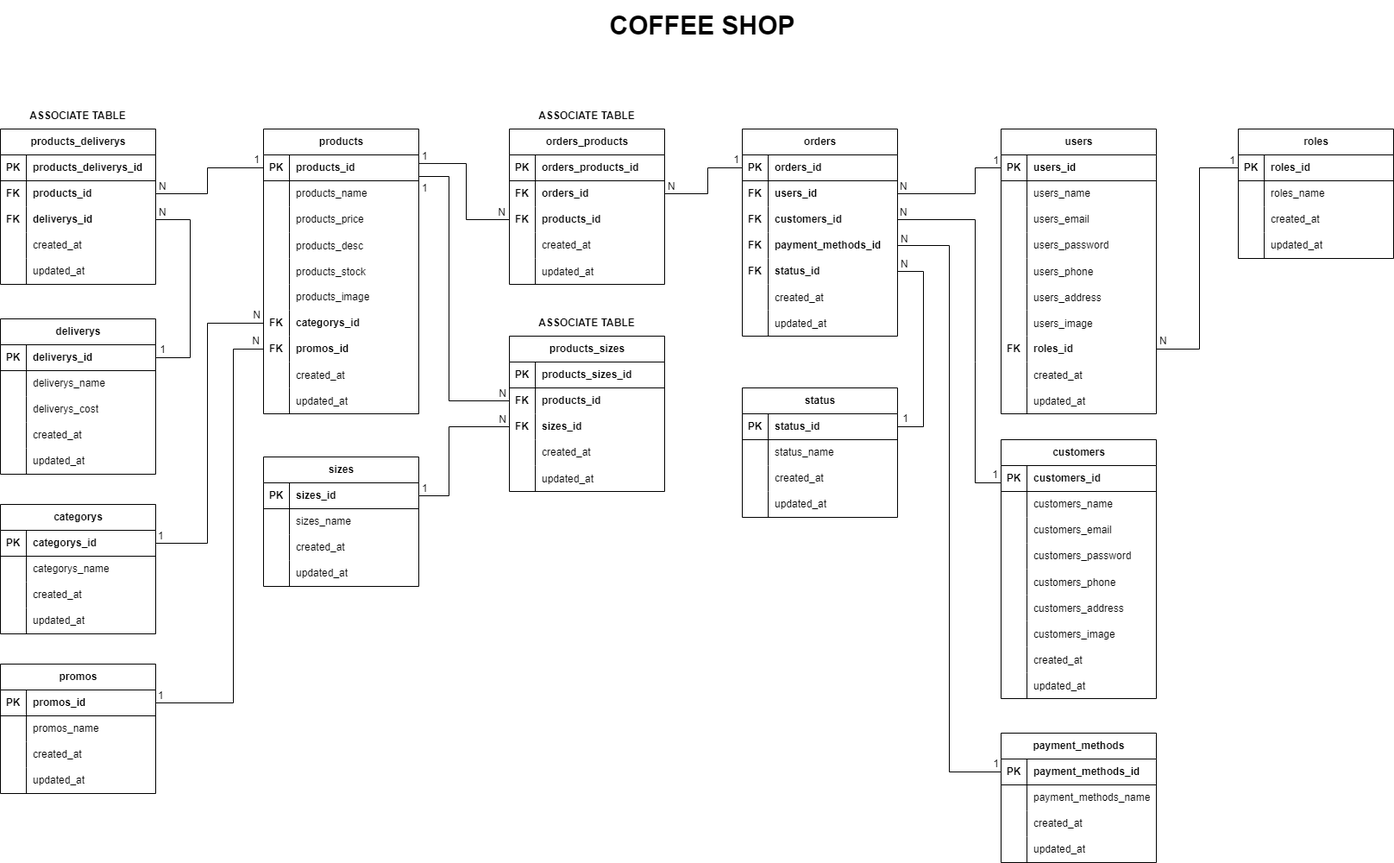
Before: tugas/postgresql/coffee-shop.drawio.png, a diagram exported from draw.io (ridwanbahtiar15/basic-cs-js-fwg16). Source tidied: cells renumbered, new cells last; positions are measured from the earlier drawing's top-left corner, leaving out a move shared by most shapes.
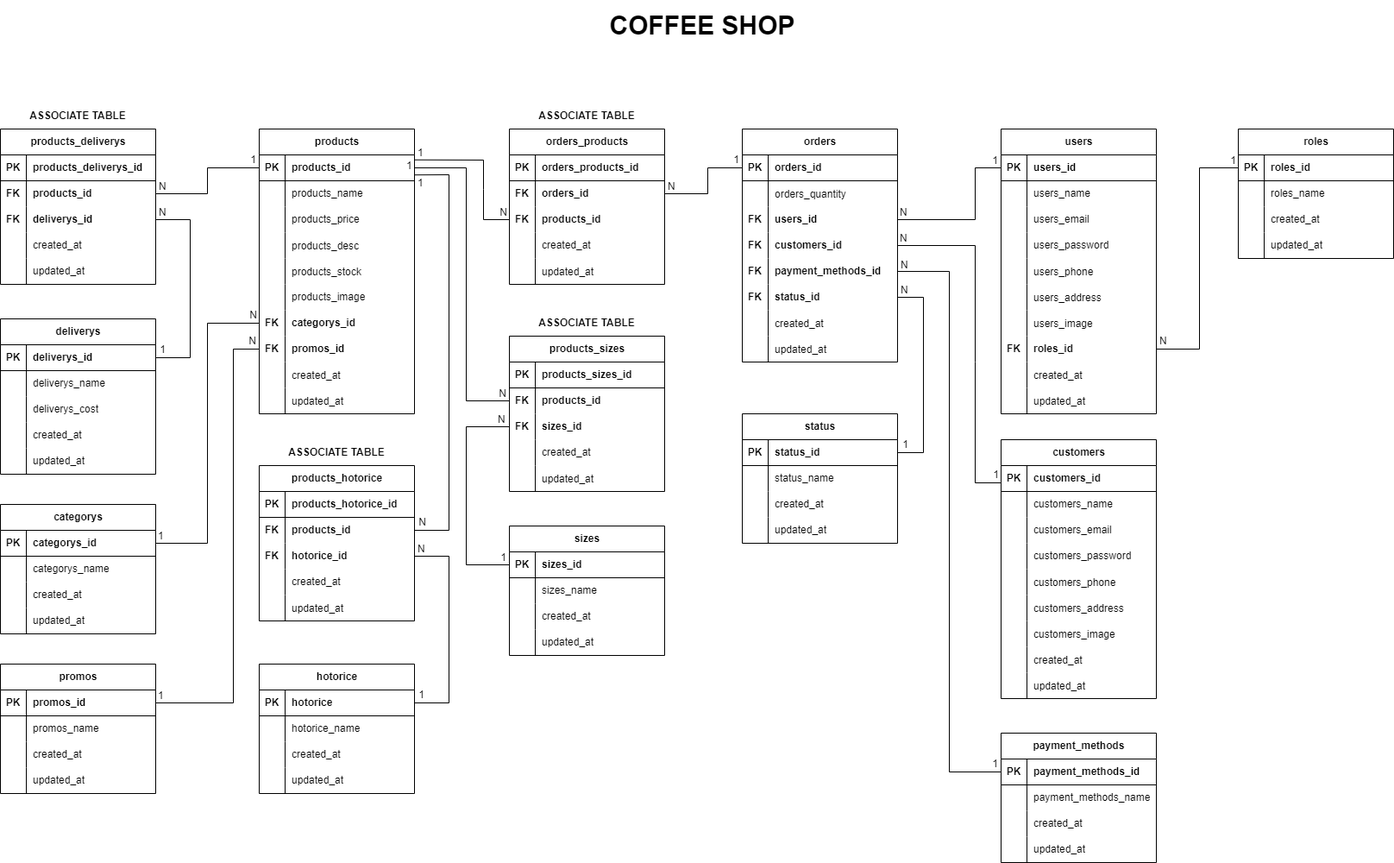
The same file after the commit.

Diff of the diagram source:
```diff
@@ -86,3 +86,3 @@
     <mxCell id="29" value="products" style="shape=table;startSize=30;rowLines=0;fontStyle=1;align=center;html=1;" parent="1" vertex="1">
-      <mxGeometry x="305" y="149" width="180" height="330" as="geometry" />
+      <mxGeometry x="300" y="149" width="180" height="330" as="geometry" />
     </mxCell>
@@ -215,3 +215,3 @@
     <mxCell id="66" value="orders" style="shape=table;startSize=30;rowLines=0;fontStyle=1;align=center;html=1;" parent="1" vertex="1">
-      <mxGeometry x="860" y="149" width="180" height="240" as="geometry" />
+      <mxGeometry x="860" y="149" width="180" height="270" as="geometry" />
     </mxCell>
@@ -226,4 +226,13 @@
     </mxCell>
+    <mxCell id="299" style="shape=tableRow;horizontal=0;startSize=0;swimlaneHead=0;swimlaneBody=0;fillColor=none;top=0;left=0;right=0;bottom=0;" parent="66" vertex="1">
+      <mxGeometry y="60" width="180" height="30" as="geometry" />
+    </mxCell>
+    <mxCell id="300" style="shape=partialRectangle;fillColor=none;top=0;left=0;bottom=0;right=0;overflow=hidden;" parent="299" vertex="1">
+      <mxGeometry width="30" height="30" as="geometry" />
+    </mxCell>
+    <mxCell id="301" value="orders_quantity" style="shape=partialRectangle;fillColor=none;top=0;left=0;bottom=0;right=0;align=left;spacingLeft=6;overflow=hidden;" parent="299" vertex="1">
+      <mxGeometry x="30" width="150" height="30" as="geometry" />
+    </mxCell>
     <mxCell id="70" style="shape=tableRow;horizontal=0;startSize=0;swimlaneHead=0;swimlaneBody=0;fillColor=none;points=[[0,0.5],[1,0.5]];portConstraint=eastwest;top=0;left=0;right=0;bottom=0;" parent="66" vertex="1">
-      <mxGeometry y="60" width="180" height="30" as="geometry" />
+      <mxGeometry y="90" width="180" height="30" as="geometry" />
     </mxCell>
@@ -236,3 +245,3 @@
     <mxCell id="73" style="shape=tableRow;horizontal=0;startSize=0;swimlaneHead=0;swimlaneBody=0;fillColor=none;points=[[0,0.5],[1,0.5]];portConstraint=eastwest;top=0;left=0;right=0;bottom=0;" parent="66" vertex="1">
-      <mxGeometry y="90" width="180" height="30" as="geometry" />
+      <mxGeometry y="120" width="180" height="30" as="geometry" />
     </mxCell>
@@ -245,3 +254,3 @@
     <mxCell id="76" style="shape=tableRow;horizontal=0;startSize=0;swimlaneHead=0;swimlaneBody=0;fillColor=none;points=[[0,0.5],[1,0.5]];portConstraint=eastwest;top=0;left=0;right=0;bottom=0;" parent="66" vertex="1">
-      <mxGeometry y="120" width="180" height="30" as="geometry" />
+      <mxGeometry y="150" width="180" height="30" as="geometry" />
     </mxCell>
@@ -254,3 +263,3 @@
     <mxCell id="79" style="shape=tableRow;horizontal=0;startSize=0;swimlaneHead=0;swimlaneBody=0;fillColor=none;points=[[0,0.5],[1,0.5]];portConstraint=eastwest;top=0;left=0;right=0;bottom=0;" parent="66" vertex="1">
-      <mxGeometry y="150" width="180" height="30" as="geometry" />
+      <mxGeometry y="180" width="180" height="30" as="geometry" />
     </mxCell>
@@ -263,3 +272,3 @@
     <mxCell id="82" style="shape=tableRow;horizontal=0;startSize=0;swimlaneHead=0;swimlaneBody=0;fillColor=none;top=0;left=0;right=0;bottom=0;" parent="66" vertex="1">
-      <mxGeometry y="180" width="180" height="30" as="geometry" />
+      <mxGeometry y="210" width="180" height="30" as="geometry" />
     </mxCell>
@@ -272,3 +281,3 @@
     <mxCell id="85" style="shape=tableRow;horizontal=0;startSize=0;swimlaneHead=0;swimlaneBody=0;fillColor=none;top=0;left=0;right=0;bottom=0;" parent="66" vertex="1">
-      <mxGeometry y="210" width="180" height="30" as="geometry" />
+      <mxGeometry y="240" width="180" height="30" as="geometry" />
     </mxCell>
@@ -328,7 +337,8 @@
     </mxCell>
-    <mxCell id="104" style="endArrow=none;html=1;rounded=0;entryX=0;entryY=0.5;entryDx=0;entryDy=0;exitX=1.002;exitY=0.331;exitDx=0;exitDy=0;exitPerimeter=0;" parent="1" edge="1" source="30" target="95">
+    <mxCell id="104" style="endArrow=none;html=1;rounded=0;entryX=0;entryY=0.5;entryDx=0;entryDy=0;exitX=1;exitY=0.191;exitDx=0;exitDy=0;exitPerimeter=0;" parent="1" edge="1" source="30" target="95">
       <mxGeometry relative="1" as="geometry">
         <Array as="points">
-          <mxPoint x="540" y="189" />
-          <mxPoint x="540" y="254" />
+          <mxPoint x="560" y="185" />
+          <mxPoint x="560" y="219" />
+          <mxPoint x="560" y="254" />
         </Array>
@@ -673,3 +683,3 @@
         <Array as="points">
-          <mxPoint x="1130" y="224" />
+          <mxPoint x="1130" y="254" />
           <mxPoint x="1130" y="194" />
@@ -692,3 +702,3 @@
         <Array as="points">
-          <mxPoint x="1130" y="254" />
+          <mxPoint x="1130" y="284" />
           <mxPoint x="1130" y="419" />
@@ -711,3 +721,3 @@
         <Array as="points">
-          <mxPoint x="1100" y="284" />
+          <mxPoint x="1100" y="314" />
           <mxPoint x="1100" y="894" />
@@ -745,3 +755,3 @@
     <mxCell id="224" value="status" style="shape=table;startSize=30;rowLines=0;fontStyle=1;align=center;html=1;" parent="1" vertex="1">
-      <mxGeometry x="860" y="449" width="180" height="150" as="geometry" />
+      <mxGeometry x="860" y="479" width="180" height="150" as="geometry" />
     </mxCell>
@@ -786,4 +796,4 @@
         <Array as="points">
-          <mxPoint x="1070" y="314" />
-          <mxPoint x="1070" y="494" />
+          <mxPoint x="1070" y="344" />
+          <mxPoint x="1070" y="524" />
         </Array>
@@ -889,3 +899,3 @@
     <mxCell id="263" value="sizes" style="shape=table;startSize=30;rowLines=0;fontStyle=1;align=center;html=1;" parent="1" vertex="1">
-      <mxGeometry x="305" y="529" width="180" height="150" as="geometry" />
+      <mxGeometry x="590" y="609" width="180" height="150" as="geometry" />
     </mxCell>
@@ -975,20 +985,2 @@
     </mxCell>
-    <mxCell id="292" style="endArrow=none;html=1;rounded=0;entryX=0;entryY=0.5;entryDx=0;entryDy=0;exitX=1;exitY=0.5;exitDx=0;exitDy=0;" parent="1" edge="1" source="264" target="283">
-      <mxGeometry relative="1" as="geometry">
-        <Array as="points">
-          <mxPoint x="520" y="574" />
-          <mxPoint x="520" y="494" />
-        </Array>
-      </mxGeometry>
-    </mxCell>
-    <mxCell id="293" value="1" style="html=1;whiteSpace=wrap;align=left;verticalAlign=bottom;" parent="292" vertex="1">
-      <mxGeometry x="-1" relative="1" as="geometry">
-        <mxPoint x="2" y="-1" as="offset" />
-      </mxGeometry>
-    </mxCell>
-    <mxCell id="294" value="N" style="html=1;whiteSpace=wrap;align=right;verticalAlign=bottom;" parent="292" vertex="1">
-      <mxGeometry x="1" relative="1" as="geometry">
-        <mxPoint x="-3" y="-1" as="offset" />
-      </mxGeometry>
-    </mxCell>
     <mxCell id="295" value="&lt;b&gt;&lt;font style=&quot;font-size: 12px;&quot;&gt;ASSOCIATE TABLE&lt;/font&gt;&lt;/b&gt;" style="text;strokeColor=none;align=center;fillColor=none;html=1;verticalAlign=middle;whiteSpace=wrap;rounded=0;" parent="1" vertex="1">
@@ -996,8 +988,7 @@
     </mxCell>
-    <mxCell id="296" style="endArrow=none;html=1;rounded=0;entryX=0;entryY=0.5;entryDx=0;entryDy=0;exitX=1;exitY=0.5;exitDx=0;exitDy=0;" parent="1" edge="1" target="280">
+    <mxCell id="296" style="endArrow=none;html=1;rounded=0;entryX=0;entryY=0.5;entryDx=0;entryDy=0;exitX=1;exitY=0.5;exitDx=0;exitDy=0;" parent="1" edge="1" source="30" target="280">
       <mxGeometry relative="1" as="geometry">
-        <mxPoint x="485" y="204" as="sourcePoint" />
         <Array as="points">
-          <mxPoint x="520" y="204" />
-          <mxPoint x="520" y="464" />
+          <mxPoint x="540" y="194" />
+          <mxPoint x="540" y="464" />
         </Array>
@@ -1007,3 +998,3 @@
       <mxGeometry x="-1" relative="1" as="geometry">
-        <mxPoint x="2" y="21" as="offset" />
+        <mxPoint x="-11" y="5" as="offset" />
       </mxGeometry>
@@ -1015,2 +1006,146 @@
     </mxCell>
+    <mxCell id="302" style="endArrow=none;html=1;rounded=0;entryX=0;entryY=0.5;entryDx=0;entryDy=0;exitX=0;exitY=0.5;exitDx=0;exitDy=0;" parent="1" edge="1" source="283" target="264">
+      <mxGeometry relative="1" as="geometry">
+        <Array as="points">
+          <mxPoint x="540" y="494" />
+          <mxPoint x="540" y="654" />
+        </Array>
+      </mxGeometry>
+    </mxCell>
+    <mxCell id="303" value="N" style="html=1;whiteSpace=wrap;align=left;verticalAlign=bottom;" parent="302" vertex="1">
+      <mxGeometry x="-1" relative="1" as="geometry">
+        <mxPoint x="-15" y="-1" as="offset" />
+      </mxGeometry>
+    </mxCell>
+    <mxCell id="304" value="1" style="html=1;whiteSpace=wrap;align=right;verticalAlign=bottom;" parent="302" vertex="1">
+      <mxGeometry x="1" relative="1" as="geometry">
+        <mxPoint x="-3" y="-1" as="offset" />
+      </mxGeometry>
+    </mxCell>
+    <mxCell id="305" value="hotorice" style="shape=table;startSize=30;rowLines=0;fontStyle=1;align=center;html=1;" parent="1" vertex="1">
+      <mxGeometry x="300" y="769" width="180" height="150" as="geometry" />
+    </mxCell>
+    <mxCell id="306" style="shape=tableRow;horizontal=0;startSize=0;swimlaneHead=0;swimlaneBody=0;fillColor=none;points=[[0,0.5],[1,0.5]];portConstraint=eastwest;top=0;left=0;right=0;bottom=1;" parent="305" vertex="1">
+      <mxGeometry y="30" width="180" height="30" as="geometry" />
+    </mxCell>
+    <mxCell id="307" value="PK" style="shape=partialRectangle;fillColor=none;top=0;left=0;bottom=0;right=0;fontStyle=1;overflow=hidden;whiteSpace=wrap;html=1;" parent="306" vertex="1">
+      <mxGeometry width="30" height="30" as="geometry" />
+    </mxCell>
+    <mxCell id="308" value="hotorice" style="shape=partialRectangle;fillColor=none;top=0;left=0;bottom=0;right=0;align=left;spacingLeft=6;fontStyle=1;overflow=hidden;whiteSpace=wrap;html=1;" parent="306" vertex="1">
+      <mxGeometry x="30" width="150" height="30" as="geometry" />
+    </mxCell>
+    <mxCell id="309" style="shape=tableRow;horizontal=0;startSize=0;swimlaneHead=0;swimlaneBody=0;fillColor=none;top=0;left=0;right=0;bottom=0;" parent="305" vertex="1">
+      <mxGeometry y="60" width="180" height="30" as="geometry" />
+    </mxCell>
+    <mxCell id="310" style="shape=partialRectangle;fillColor=none;top=0;left=0;bottom=0;right=0;overflow=hidden;whiteSpace=wrap;html=1;" parent="309" vertex="1">
+      <mxGeometry width="30" height="30" as="geometry" />
+    </mxCell>
+    <mxCell id="311" value="hotorice_name" style="shape=partialRectangle;fillColor=none;top=0;left=0;bottom=0;right=0;align=left;spacingLeft=6;overflow=hidden;whiteSpace=wrap;html=1;" parent="309" vertex="1">
+      <mxGeometry x="30" width="150" height="30" as="geometry" />
+    </mxCell>
+    <mxCell id="312" style="shape=tableRow;horizontal=0;startSize=0;swimlaneHead=0;swimlaneBody=0;fillColor=none;top=0;left=0;right=0;bottom=0;" parent="305" vertex="1">
+      <mxGeometry y="90" width="180" height="30" as="geometry" />
+    </mxCell>
+    <mxCell id="313" style="shape=partialRectangle;fillColor=none;top=0;left=0;bottom=0;right=0;overflow=hidden;whiteSpace=wrap;html=1;" parent="312" vertex="1">
+      <mxGeometry width="30" height="30" as="geometry" />
+    </mxCell>
+    <mxCell id="314" value="created_at" style="shape=partialRectangle;fillColor=none;top=0;left=0;bottom=0;right=0;align=left;spacingLeft=6;overflow=hidden;whiteSpace=wrap;html=1;" parent="312" vertex="1">
+      <mxGeometry x="30" width="150" height="30" as="geometry" />
+    </mxCell>
+    <mxCell id="315" style="shape=tableRow;horizontal=0;startSize=0;swimlaneHead=0;swimlaneBody=0;fillColor=none;top=0;left=0;right=0;bottom=0;" parent="305" vertex="1">
+      <mxGeometry y="120" width="180" height="30" as="geometry" />
+    </mxCell>
+    <mxCell id="316" style="shape=partialRectangle;fillColor=none;top=0;left=0;bottom=0;right=0;overflow=hidden;whiteSpace=wrap;html=1;" parent="315" vertex="1">
+      <mxGeometry width="30" height="30" as="geometry" />
+    </mxCell>
+    <mxCell id="317" value="updated_at" style="shape=partialRectangle;fillColor=none;top=0;left=0;bottom=0;right=0;align=left;spacingLeft=6;overflow=hidden;whiteSpace=wrap;html=1;" parent="315" vertex="1">
+      <mxGeometry x="30" width="150" height="30" as="geometry" />
+    </mxCell>
+    <mxCell id="318" value="products_hotorice" style="shape=table;startSize=30;rowLines=0;fontStyle=1;align=center;html=1;" parent="1" vertex="1">
+      <mxGeometry x="300" y="539" width="180" height="180" as="geometry" />
+    </mxCell>
+    <mxCell id="319" style="shape=tableRow;horizontal=0;startSize=0;swimlaneHead=0;swimlaneBody=0;fillColor=none;top=0;left=0;right=0;bottom=1;" parent="318" vertex="1">
+      <mxGeometry y="30" width="180" height="30" as="geometry" />
+    </mxCell>
+    <mxCell id="320" value="PK" style="shape=partialRectangle;fillColor=none;top=0;left=0;bottom=0;right=0;fontStyle=1;overflow=hidden;whiteSpace=wrap;html=1;" parent="319" vertex="1">
+      <mxGeometry width="30" height="30" as="geometry" />
+    </mxCell>
+    <mxCell id="321" value="products_hotorice_id" style="shape=partialRectangle;fillColor=none;top=0;left=0;bottom=0;right=0;align=left;spacingLeft=6;fontStyle=1;overflow=hidden;whiteSpace=wrap;html=1;" parent="319" vertex="1">
+      <mxGeometry x="30" width="150" height="30" as="geometry" />
+    </mxCell>
+    <mxCell id="322" style="shape=tableRow;horizontal=0;startSize=0;swimlaneHead=0;swimlaneBody=0;fillColor=none;points=[[0,0.5],[1,0.5]];portConstraint=eastwest;top=0;left=0;right=0;bottom=0;" parent="318" vertex="1">
+      <mxGeometry y="60" width="180" height="30" as="geometry" />
+    </mxCell>
+    <mxCell id="323" value="FK" style="shape=partialRectangle;fillColor=none;top=0;left=0;bottom=0;right=0;overflow=hidden;whiteSpace=wrap;html=1;fontStyle=1;" parent="322" vertex="1">
+      <mxGeometry width="30" height="30" as="geometry" />
+    </mxCell>
+    <mxCell id="324" value="products_id" style="shape=partialRectangle;fillColor=none;top=0;left=0;bottom=0;right=0;align=left;spacingLeft=6;overflow=hidden;whiteSpace=wrap;html=1;fontStyle=1;" parent="322" vertex="1">
+      <mxGeometry x="30" width="150" height="30" as="geometry" />
+    </mxCell>
+    <mxCell id="325" style="shape=tableRow;horizontal=0;startSize=0;swimlaneHead=0;swimlaneBody=0;fillColor=none;points=[[0,0.5],[1,0.5]];portConstraint=eastwest;top=0;left=0;right=0;bottom=0;" parent="318" vertex="1">
+      <mxGeometry y="90" width="180" height="30" as="geometry" />
+    </mxCell>
+    <mxCell id="326" value="FK" style="shape=partialRectangle;fillColor=none;top=0;left=0;bottom=0;right=0;overflow=hidden;whiteSpace=wrap;html=1;fontStyle=1;" parent="325" vertex="1">
+      <mxGeometry width="30" height="30" as="geometry" />
+    </mxCell>
+    <mxCell id="327" value="hotorice_id" style="shape=partialRectangle;fillColor=none;top=0;left=0;bottom=0;right=0;align=left;spacingLeft=6;overflow=hidden;whiteSpace=wrap;html=1;fontStyle=1;" parent="325" vertex="1">
+      <mxGeometry x="30" width="150" height="30" as="geometry" />
+    </mxCell>
+    <mxCell id="328" style="shape=tableRow;horizontal=0;startSize=0;swimlaneHead=0;swimlaneBody=0;fillColor=none;top=0;left=0;right=0;bottom=0;" parent="318" vertex="1">
+      <mxGeometry y="120" width="180" height="30" as="geometry" />
+    </mxCell>
+    <mxCell id="329" style="shape=partialRectangle;fillColor=none;top=0;left=0;bottom=0;right=0;overflow=hidden;whiteSpace=wrap;html=1;" parent="328" vertex="1">
+      <mxGeometry width="30" height="30" as="geometry" />
+    </mxCell>
+    <mxCell id="330" value="created_at" style="shape=partialRectangle;fillColor=none;top=0;left=0;bottom=0;right=0;align=left;spacingLeft=6;overflow=hidden;whiteSpace=wrap;html=1;" parent="328" vertex="1">
+      <mxGeometry x="30" width="150" height="30" as="geometry" />
+    </mxCell>
+    <mxCell id="331" style="shape=tableRow;horizontal=0;startSize=0;swimlaneHead=0;swimlaneBody=0;fillColor=none;top=0;left=0;right=0;bottom=0;" parent="318" vertex="1">
+      <mxGeometry y="150" width="180" height="30" as="geometry" />
+    </mxCell>
+    <mxCell id="332" style="shape=partialRectangle;fillColor=none;top=0;left=0;bottom=0;right=0;overflow=hidden;" parent="331" vertex="1">
+      <mxGeometry width="30" height="30" as="geometry" />
+    </mxCell>
+    <mxCell id="333" value="updated_at" style="shape=partialRectangle;fillColor=none;top=0;left=0;bottom=0;right=0;align=left;spacingLeft=6;overflow=hidden;" parent="331" vertex="1">
+      <mxGeometry x="30" width="150" height="30" as="geometry" />
+    </mxCell>
+    <mxCell id="334" value="&lt;b&gt;&lt;font style=&quot;font-size: 12px;&quot;&gt;ASSOCIATE TABLE&lt;/font&gt;&lt;/b&gt;" style="text;strokeColor=none;align=center;fillColor=none;html=1;verticalAlign=middle;whiteSpace=wrap;rounded=0;" parent="1" vertex="1">
+      <mxGeometry x="310" y="509" width="160" height="30" as="geometry" />
+    </mxCell>
+    <mxCell id="335" style="endArrow=none;html=1;rounded=0;entryX=1;entryY=0.5;entryDx=0;entryDy=0;exitX=1.001;exitY=0.774;exitDx=0;exitDy=0;exitPerimeter=0;" parent="1" edge="1" source="30" target="322">
+      <mxGeometry relative="1" as="geometry">
+        <Array as="points">
+          <mxPoint x="520" y="202" />
+          <mxPoint x="520" y="614" />
+        </Array>
+      </mxGeometry>
+    </mxCell>
+    <mxCell id="293" value="1" style="html=1;whiteSpace=wrap;align=left;verticalAlign=bottom;" parent="335" vertex="1">
+      <mxGeometry x="-1" relative="1" as="geometry">
+        <mxPoint x="2" y="17" as="offset" />
+      </mxGeometry>
+    </mxCell>
+    <mxCell id="294" value="N" style="html=1;whiteSpace=wrap;align=right;verticalAlign=bottom;" parent="335" vertex="1">
+      <mxGeometry x="1" relative="1" as="geometry">
+        <mxPoint x="14" y="-2" as="offset" />
+      </mxGeometry>
+    </mxCell>
+    <mxCell id="336" style="endArrow=none;html=1;rounded=0;entryX=1;entryY=0.5;entryDx=0;entryDy=0;exitX=1;exitY=0.5;exitDx=0;exitDy=0;" parent="1" edge="1" source="325" target="306">
+      <mxGeometry relative="1" as="geometry">
+        <Array as="points">
+          <mxPoint x="520" y="644" />
+          <mxPoint x="520" y="814" />
+        </Array>
+      </mxGeometry>
+    </mxCell>
+    <mxCell id="337" value="N" style="html=1;whiteSpace=wrap;align=left;verticalAlign=bottom;" parent="336" vertex="1">
+      <mxGeometry x="-1" relative="1" as="geometry">
+        <mxPoint x="2" y="-1" as="offset" />
+      </mxGeometry>
+    </mxCell>
+    <mxCell id="338" value="1" style="html=1;whiteSpace=wrap;align=right;verticalAlign=bottom;" parent="336" vertex="1">
+      <mxGeometry x="1" relative="1" as="geometry">
+        <mxPoint x="12" y="-2" as="offset" />
+      </mxGeometry>
+    </mxCell>
   </root>
```
